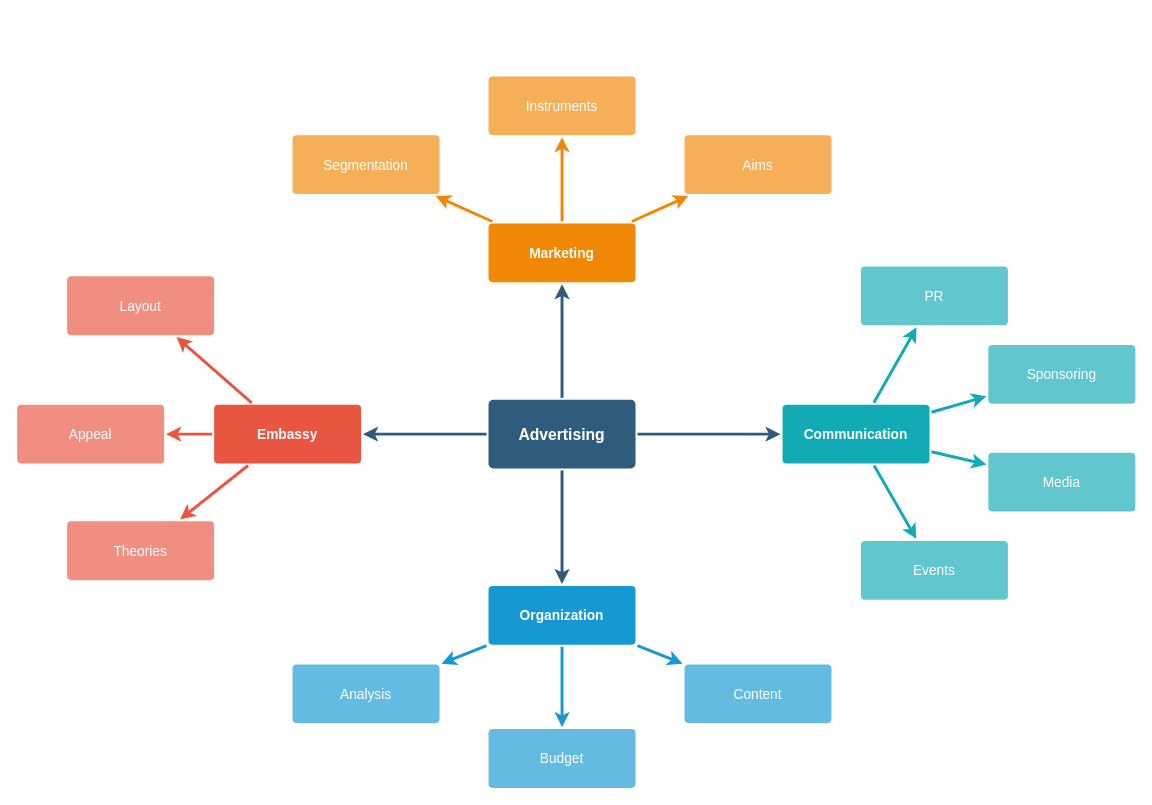
Before: Untitled Diagram.drawio in wasselak-com/docms, a draw.io diagram. Source tidied: cells renumbered, new cells numbered last; positions are measured from the earlier drawing's top-left corner, leaving out a move shared by most shapes. Both pictures are drawn from the tidied source at 98%, with x=0, y=0 at pixel (17, 75).
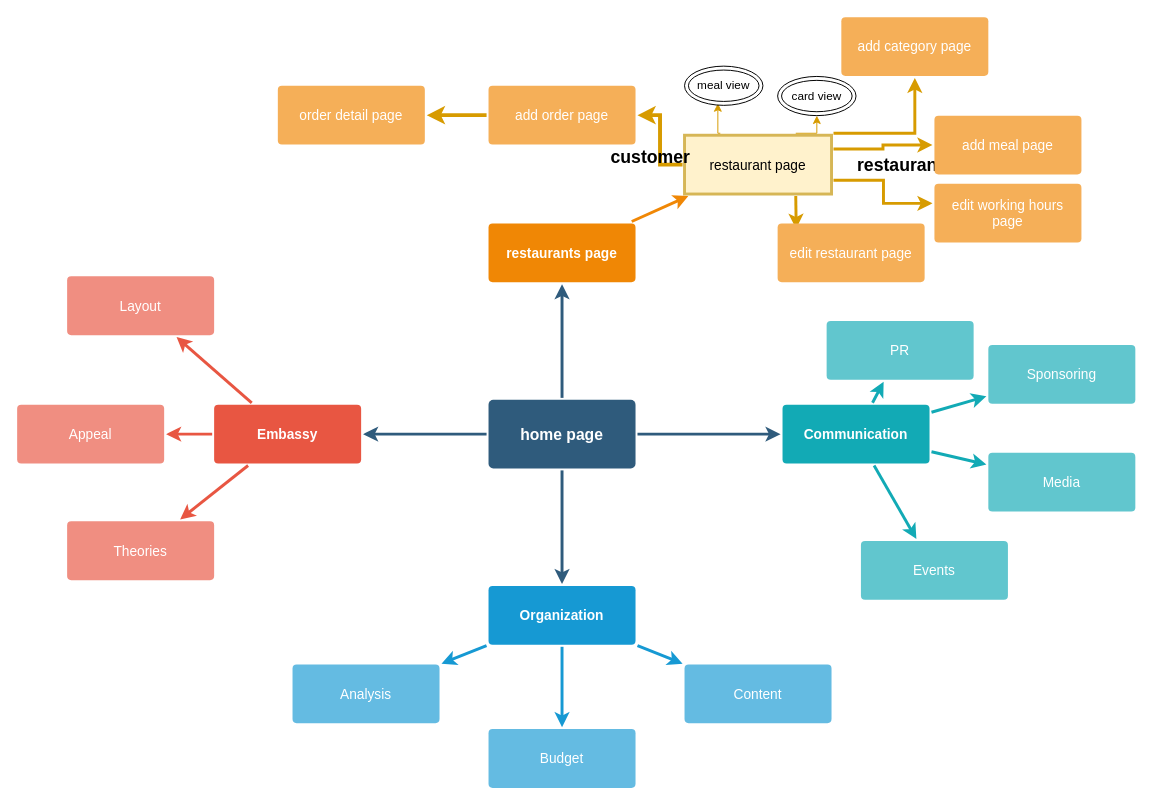
Above is the later version.

Diff of the diagram source:
```diff
@@
-    <mxCell id="6" value="Advertising" style="rounded=1;whiteSpace=wrap;html=1;shadow=0;labelBackgroundColor=none;strokeColor=none;strokeWidth=3;fillColor=#2F5B7C;fontFamily=Helvetica;fontSize=16;fontColor=#FFFFFF;align=center;fontStyle=1;spacing=5;arcSize=7;perimeterSpacing=2;" parent="1" vertex="1">
+    <mxCell id="6" value="home page" style="rounded=1;whiteSpace=wrap;html=1;shadow=0;labelBackgroundColor=none;strokeColor=none;strokeWidth=3;fillColor=#2F5B7C;fontFamily=Helvetica;fontSize=16;fontColor=#FFFFFF;align=center;fontStyle=1;spacing=5;arcSize=7;perimeterSpacing=2;" parent="1" vertex="1">
       <mxGeometry x="481" y="330.5" width="150" height="70" as="geometry" />
     </mxCell>
@@
-    <mxCell id="21" value="Marketing" style="rounded=1;whiteSpace=wrap;html=1;shadow=0;labelBackgroundColor=none;strokeColor=none;strokeWidth=3;fillColor=#F08705;fontFamily=Helvetica;fontSize=14;fontColor=#FFFFFF;align=center;spacing=5;fontStyle=1;arcSize=7;perimeterSpacing=2;" parent="1" vertex="1">
+    <mxCell id="21" value="restaurants page" style="rounded=1;whiteSpace=wrap;html=1;shadow=0;labelBackgroundColor=none;strokeColor=none;strokeWidth=3;fillColor=#F08705;fontFamily=Helvetica;fontSize=14;fontColor=#FFFFFF;align=center;spacing=5;fontStyle=1;arcSize=7;perimeterSpacing=2;" parent="1" vertex="1">
       <mxGeometry x="481" y="150.5" width="150" height="60" as="geometry" />
     </mxCell>
+    <mxCell id="37" style="edgeStyle=orthogonalEdgeStyle;rounded=0;jettySize=auto;html=1;exitX=0.25;exitY=0;exitDx=0;exitDy=0;fillColor=#ffe6cc;strokeColor=#d79b00;entryX=0.425;entryY=0.95;entryDx=0;entryDy=0;entryPerimeter=0;" parent="1" edge="1" source="22" target="45">
+      <mxGeometry relative="1" as="geometry" />
+    </mxCell>
+    <mxCell id="38" style="edgeStyle=orthogonalEdgeStyle;rounded=0;jettySize=auto;html=1;exitX=0.75;exitY=0;exitDx=0;exitDy=0;entryX=0.5;entryY=1;entryDx=0;entryDy=0;fillColor=#ffe6cc;strokeColor=#d79b00;" parent="1" edge="1" source="22" target="46">
+      <mxGeometry relative="1" as="geometry" />
+    </mxCell>
+    <mxCell id="39" style="edgeStyle=orthogonalEdgeStyle;rounded=0;jettySize=auto;html=1;entryX=1;entryY=0.5;entryDx=0;entryDy=0;strokeWidth=4;fillColor=#ffe6cc;strokeColor=#d79b00;" parent="1" edge="1" source="22" target="24">
+      <mxGeometry relative="1" as="geometry" />
+    </mxCell>
+    <mxCell id="40" style="edgeStyle=orthogonalEdgeStyle;rounded=0;jettySize=auto;html=1;exitX=0.75;exitY=1;exitDx=0;exitDy=0;entryX=0.136;entryY=0.117;entryDx=0;entryDy=0;entryPerimeter=0;strokeWidth=3;fillColor=#ffe6cc;strokeColor=#d79b00;" parent="1" edge="1" source="22" target="52">
+      <mxGeometry relative="1" as="geometry" />
+    </mxCell>
+    <mxCell id="41" style="edgeStyle=orthogonalEdgeStyle;rounded=0;jettySize=auto;html=1;exitX=1;exitY=0.25;exitDx=0;exitDy=0;strokeWidth=3;fillColor=#ffe6cc;strokeColor=#d79b00;" parent="1" edge="1" source="22" target="50">
+      <mxGeometry relative="1" as="geometry" />
+    </mxCell>
+    <mxCell id="42" style="edgeStyle=orthogonalEdgeStyle;rounded=0;jettySize=auto;html=1;exitX=1;exitY=0.75;exitDx=0;exitDy=0;strokeWidth=3;fillColor=#ffe6cc;strokeColor=#d79b00;" parent="1" edge="1" source="22" target="51">
+      <mxGeometry relative="1" as="geometry">
+        <Array as="points">
+          <mxPoint x="884" y="107" />
+          <mxPoint x="884" y="130" />
+        </Array>
+      </mxGeometry>
+    </mxCell>
+    <mxCell id="43" style="edgeStyle=orthogonalEdgeStyle;rounded=0;jettySize=auto;html=1;exitX=1;exitY=0;exitDx=0;exitDy=0;strokeWidth=3;fillColor=#ffe6cc;strokeColor=#d79b00;" parent="1" edge="1" source="22" target="49">
+      <mxGeometry relative="1" as="geometry" />
+    </mxCell>
-    <mxCell id="22" value="Aims&lt;br&gt;" style="rounded=1;whiteSpace=wrap;html=1;shadow=0;labelBackgroundColor=none;strokeColor=none;strokeWidth=3;fillColor=#f5af58;fontFamily=Helvetica;fontSize=14;fontColor=#FFFFFF;align=center;spacing=5;arcSize=7;perimeterSpacing=2;" parent="1" vertex="1">
+    <mxCell id="22" value="restaurant page" style="rounded=1;whiteSpace=wrap;html=1;shadow=0;labelBackgroundColor=none;strokeColor=#d6b656;strokeWidth=3;fillColor=#fff2cc;fontFamily=Helvetica;fontSize=14;align=center;spacing=5;arcSize=0;perimeterSpacing=2;" parent="1" vertex="1">
       <mxGeometry x="681" y="60.5" width="150" height="60" as="geometry" />
     </mxCell>
@@
+    <mxCell id="44" style="edgeStyle=orthogonalEdgeStyle;rounded=0;jettySize=auto;html=1;exitX=0;exitY=0.5;exitDx=0;exitDy=0;entryX=1;entryY=0.5;entryDx=0;entryDy=0;strokeWidth=4;fillColor=#ffe6cc;strokeColor=#d79b00;" parent="1" edge="1" source="24" target="26">
+      <mxGeometry relative="1" as="geometry" />
+    </mxCell>
-    <mxCell id="24" value="Instruments" style="rounded=1;whiteSpace=wrap;html=1;shadow=0;labelBackgroundColor=none;strokeColor=none;strokeWidth=3;fillColor=#f5af58;fontFamily=Helvetica;fontSize=14;fontColor=#FFFFFF;align=center;spacing=5;arcSize=7;perimeterSpacing=2;" parent="1" vertex="1">
-      <mxGeometry x="481" y="0.5" width="150" height="60" as="geometry" />
+    <mxCell id="24" value="add order page" style="rounded=1;whiteSpace=wrap;html=1;shadow=0;labelBackgroundColor=none;strokeColor=none;strokeWidth=3;fillColor=#f5af58;fontFamily=Helvetica;fontSize=14;fontColor=#FFFFFF;align=center;spacing=5;arcSize=7;perimeterSpacing=2;" parent="1" vertex="1">
+      <mxGeometry x="481" y="10" width="150" height="60" as="geometry" />
     </mxCell>
-    <mxCell id="25" style="edgeStyle=none;rounded=0;jumpStyle=none;html=1;shadow=0;labelBackgroundColor=none;startArrow=none;startFill=0;endArrow=classic;endFill=1;jettySize=auto;strokeColor=#F08705;strokeWidth=3;fontFamily=Helvetica;fontSize=14;fontColor=#FFFFFF;spacing=5;" parent="1" edge="1" source="21" target="24">
-      <mxGeometry relative="1" as="geometry" />
-    </mxCell>
-    <mxCell id="26" value="Segmentation" style="rounded=1;whiteSpace=wrap;html=1;shadow=0;labelBackgroundColor=none;strokeColor=none;strokeWidth=3;fillColor=#f5af58;fontFamily=Helvetica;fontSize=14;fontColor=#FFFFFF;align=center;spacing=5;arcSize=7;perimeterSpacing=2;" parent="1" vertex="1">
-      <mxGeometry x="281" y="60.5" width="150" height="60" as="geometry" />
+    <mxCell id="26" value="order&amp;nbsp;detail page" style="rounded=1;whiteSpace=wrap;html=1;shadow=0;labelBackgroundColor=none;strokeColor=none;strokeWidth=3;fillColor=#f5af58;fontFamily=Helvetica;fontSize=14;fontColor=#FFFFFF;align=center;spacing=5;arcSize=7;perimeterSpacing=2;" parent="1" vertex="1">
+      <mxGeometry x="266" y="10" width="150" height="60" as="geometry" />
     </mxCell>
-    <mxCell id="27" style="edgeStyle=none;rounded=0;jumpStyle=none;html=1;shadow=0;labelBackgroundColor=none;startArrow=none;startFill=0;endArrow=classic;endFill=1;jettySize=auto;strokeColor=#F08705;strokeWidth=3;fontFamily=Helvetica;fontSize=14;fontColor=#FFFFFF;spacing=5;" parent="1" edge="1" source="21" target="26">
-      <mxGeometry relative="1" as="geometry" />
-    </mxCell>
@@
     <mxCell id="35" value="PR" style="rounded=1;whiteSpace=wrap;html=1;shadow=0;labelBackgroundColor=none;strokeColor=none;strokeWidth=3;fillColor=#61c6ce;fontFamily=Helvetica;fontSize=14;fontColor=#FFFFFF;align=center;spacing=5;fontStyle=0;arcSize=7;perimeterSpacing=2;" parent="1" vertex="1">
-      <mxGeometry x="861" y="194.5" width="150" height="60" as="geometry" />
+      <mxGeometry x="826" y="250" width="150" height="60" as="geometry" />
     </mxCell>
@@
+    <mxCell id="45" value="meal view" style="ellipse;shape=doubleEllipse;whiteSpace=wrap;html=1;" parent="1" vertex="1">
+      <mxGeometry x="681" y="-10" width="80" height="40" as="geometry" />
+    </mxCell>
+    <mxCell id="46" value="card view" style="ellipse;shape=doubleEllipse;whiteSpace=wrap;html=1;" parent="1" vertex="1">
+      <mxGeometry x="776" y="0.5" width="80" height="40" as="geometry" />
+    </mxCell>
+    <mxCell id="47" value="&lt;h2&gt;customer&lt;/h2&gt;" style="text;html=1;align=center;verticalAlign=middle;strokeColor=none;fillColor=none;" parent="1" vertex="1">
+      <mxGeometry x="596" y="53" width="100" height="60" as="geometry" />
+    </mxCell>
+    <mxCell id="48" value="&lt;h2&gt;restaurant&lt;br&gt;&lt;/h2&gt;" style="text;html=1;align=center;verticalAlign=middle;strokeColor=none;fillColor=none;" parent="1" vertex="1">
+      <mxGeometry x="846" y="60.5" width="110" height="60" as="geometry" />
+    </mxCell>
+    <mxCell id="49" value="add category page" style="rounded=1;whiteSpace=wrap;html=1;shadow=0;labelBackgroundColor=none;strokeColor=none;strokeWidth=3;fillColor=#f5af58;fontFamily=Helvetica;fontSize=14;fontColor=#FFFFFF;align=center;spacing=5;arcSize=7;perimeterSpacing=2;" parent="1" vertex="1">
+      <mxGeometry x="841" y="-60" width="150" height="60" as="geometry" />
+    </mxCell>
+    <mxCell id="50" value="add meal page" style="rounded=1;whiteSpace=wrap;html=1;shadow=0;labelBackgroundColor=none;strokeColor=none;strokeWidth=3;fillColor=#f5af58;fontFamily=Helvetica;fontSize=14;fontColor=#FFFFFF;align=center;spacing=5;arcSize=7;perimeterSpacing=2;" parent="1" vertex="1">
+      <mxGeometry x="936" y="40.5" width="150" height="60" as="geometry" />
+    </mxCell>
+    <mxCell id="51" value="edit working hours page" style="rounded=1;whiteSpace=wrap;html=1;shadow=0;labelBackgroundColor=none;strokeColor=none;strokeWidth=3;fillColor=#f5af58;fontFamily=Helvetica;fontSize=14;fontColor=#FFFFFF;align=center;spacing=5;arcSize=7;perimeterSpacing=2;" parent="1" vertex="1">
+      <mxGeometry x="936" y="110" width="150" height="60" as="geometry" />
+    </mxCell>
+    <mxCell id="52" value="edit restaurant page" style="rounded=1;whiteSpace=wrap;html=1;shadow=0;labelBackgroundColor=none;strokeColor=none;strokeWidth=3;fillColor=#f5af58;fontFamily=Helvetica;fontSize=14;fontColor=#FFFFFF;align=center;spacing=5;arcSize=7;perimeterSpacing=2;" parent="1" vertex="1">
+      <mxGeometry x="776" y="150.5" width="150" height="60" as="geometry" />
+    </mxCell>
```
